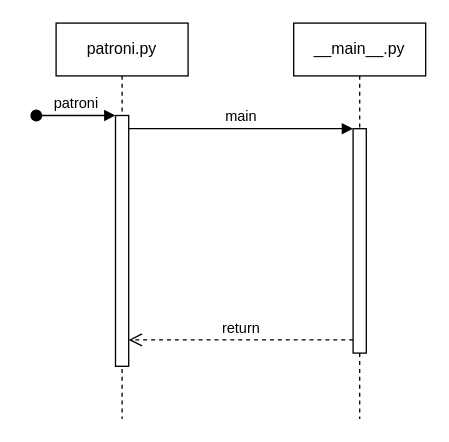
This is 未命名绘图.drawio from wangjn163/web, a draw.io file, before an edit. Source tidied: cells renumbered, new cells numbered last; positions are measured from the earlier drawing's top-left corner, leaving out a move shared by most shapes. Both pictures are drawn from the tidied source at 132%, with x=0, y=0 at pixel (36, 22).
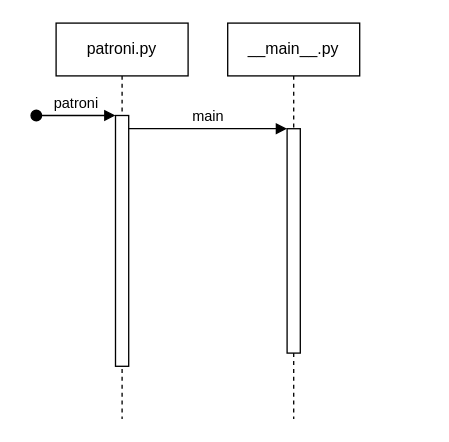
The same page after the edit.

What changed in the source:
```diff
@@
 <mxGraphModel>
   <root>
     <mxCell id="0" />
     <mxCell id="1" parent="0" />
     <mxCell id="2" value="patroni.py" style="shape=umlLifeline;perimeter=lifelinePerimeter;whiteSpace=wrap;html=1;newEdgeStyle={&quot;edgeStyle&quot;:&quot;elbowEdgeStyle&quot;,&quot;elbow&quot;:&quot;vertical&quot;,&quot;curved&quot;:0,&quot;rounded&quot;:0};" parent="1" vertex="1">
       <mxGeometry x="15" width="100" height="300" as="geometry" />
     </mxCell>
     <mxCell id="3" style="html=1;points=[];perimeter=orthogonalPerimeter;outlineConnect=0;targetShapes=umlLifeline;portConstraint=eastwest;newEdgeStyle={&quot;edgeStyle&quot;:&quot;elbowEdgeStyle&quot;,&quot;elbow&quot;:&quot;vertical&quot;,&quot;curved&quot;:0,&quot;rounded&quot;:0};" parent="2" vertex="1">
       <mxGeometry x="45" y="70" width="10" height="190" as="geometry" />
     </mxCell>
     <mxCell id="4" value="patroni" style="html=1;verticalAlign=bottom;startArrow=oval;endArrow=block;startSize=8;edgeStyle=elbowEdgeStyle;elbow=vertical;curved=0;rounded=0;" parent="2" edge="1" target="3">
       <mxGeometry relative="1" as="geometry">
         <mxPoint x="-15" y="70" as="sourcePoint" />
       </mxGeometry>
     </mxCell>
     <mxCell id="5" value="__main__.py" style="shape=umlLifeline;perimeter=lifelinePerimeter;whiteSpace=wrap;html=1;newEdgeStyle={&quot;edgeStyle&quot;:&quot;elbowEdgeStyle&quot;,&quot;elbow&quot;:&quot;vertical&quot;,&quot;curved&quot;:0,&quot;rounded&quot;:0};" parent="1" vertex="1">
-      <mxGeometry x="195" width="100" height="300" as="geometry" />
+      <mxGeometry x="145" width="100" height="300" as="geometry" />
     </mxCell>
     <mxCell id="6" style="html=1;points=[];perimeter=orthogonalPerimeter;outlineConnect=0;targetShapes=umlLifeline;portConstraint=eastwest;newEdgeStyle={&quot;edgeStyle&quot;:&quot;elbowEdgeStyle&quot;,&quot;elbow&quot;:&quot;vertical&quot;,&quot;curved&quot;:0,&quot;rounded&quot;:0};" parent="5" vertex="1">
       <mxGeometry x="45" y="80" width="10" height="170" as="geometry" />
     </mxCell>
     <mxCell id="7" value="main" style="html=1;verticalAlign=bottom;endArrow=block;edgeStyle=elbowEdgeStyle;elbow=vertical;curved=0;rounded=0;" parent="1" edge="1" source="3" target="6">
       <mxGeometry relative="1" as="geometry">
         <Array as="points">
           <mxPoint x="155" y="80" />
         </Array>
       </mxGeometry>
     </mxCell>
-    <mxCell id="8" value="return" style="html=1;verticalAlign=bottom;endArrow=open;dashed=1;endSize=8;edgeStyle=elbowEdgeStyle;elbow=vertical;curved=0;rounded=0;" parent="1" edge="1" source="6" target="3">
-      <mxGeometry relative="1" as="geometry">
-        <Array as="points">
-          <mxPoint x="165" y="240" />
-        </Array>
-      </mxGeometry>
-    </mxCell>
   </root>
 </mxGraphModel>
```
